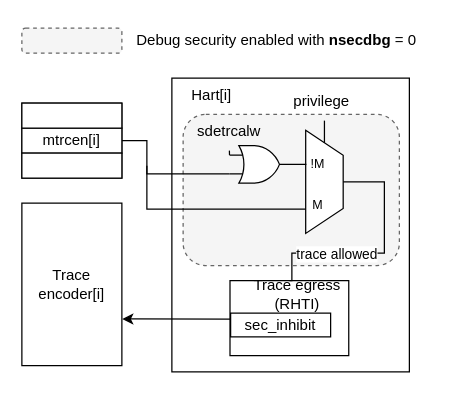
Above: page "trace" (2 of 3) of images/external_debug_protection.drawio in riscv-non-isa/riscv-external-debug-security (draw.io), before the change. Source tidied: cells renumbered, new cells numbered last; positions are measured from the earlier drawing's top-left corner, leaving out a move shared by most shapes. Both pictures are drawn from the tidied source at 125%, with x=0, y=0 at pixel (21, 21).
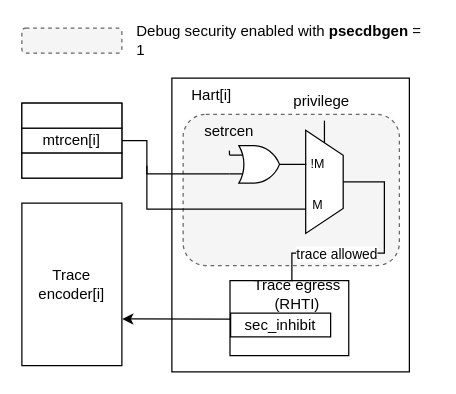
The same page after the edit.

Diff of the diagram source:
```diff
@@
-    <mxCell id="28" value="sdetrcalw" style="text;html=1;align=center;verticalAlign=middle;whiteSpace=wrap;rounded=0;" parent="1" vertex="1">
+    <mxCell id="28" value="setrcen" style="text;html=1;align=center;verticalAlign=middle;whiteSpace=wrap;rounded=0;" parent="1" vertex="1">
       <mxGeometry x="136" y="73" width="60" height="30" as="geometry" />
     </mxCell>
@@
-    <mxCell id="32" value="Debug security enabled with &lt;b&gt;nsecdbg&lt;/b&gt; = 0&amp;nbsp;" style="text;html=1;align=left;verticalAlign=middle;whiteSpace=wrap;rounded=0;" parent="1" vertex="1">
+    <mxCell id="32" value="Debug security enabled with &lt;b&gt;psecdbgen&lt;/b&gt; = 1&amp;nbsp;" style="text;html=1;align=left;verticalAlign=middle;whiteSpace=wrap;rounded=0;" parent="1" vertex="1">
       <mxGeometry x="90" width="240" height="30" as="geometry" />
     </mxCell>
```
